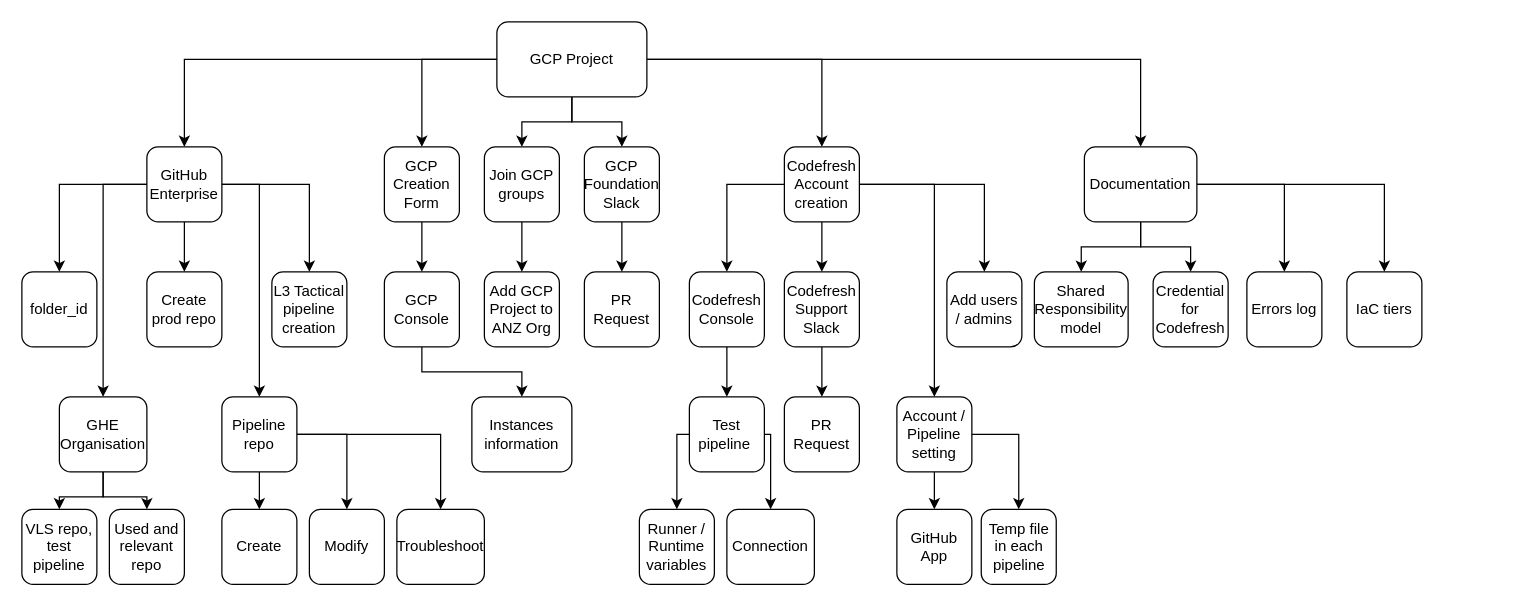
This is GCP .drawio from curiouscat-me/Dumb-Projects-for-Myself, a draw.io file, before an edit. Source tidied: cells renumbered, new cells numbered last; positions are measured from the earlier drawing's top-left corner, leaving out a move shared by most shapes. Both pictures are drawn from the tidied source at 125%, with x=0, y=0 at pixel (21, 21).
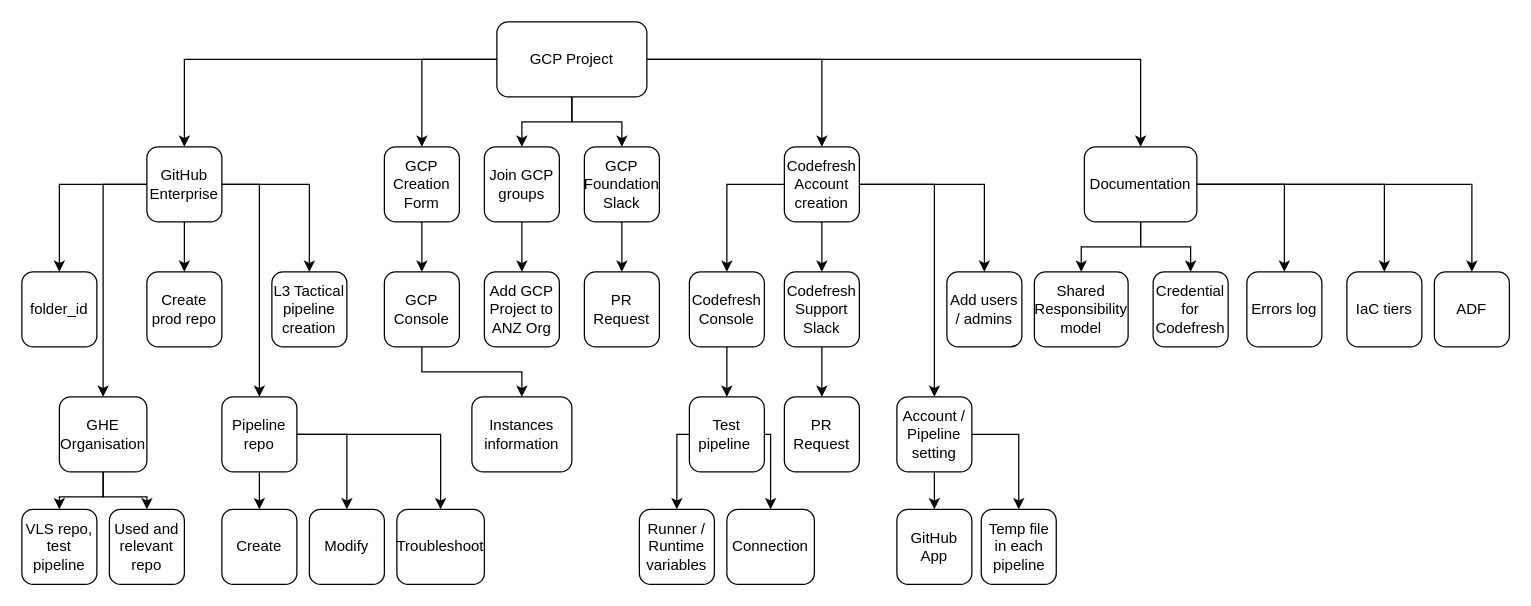
The same page after the edit.

The change refers to these unchanged cells:
```xml
<mxCell id="33" value="Documentation" style="rounded=1;whiteSpace=wrap;html=1;" parent="1" vertex="1">
  <mxGeometry x="850" y="100" width="90" height="60" as="geometry" />
</mxCell>
```

The edit, as a diff of the source:
```diff
@@
+    <mxCell id="71" style="edgeStyle=orthogonalEdgeStyle;rounded=0;jettySize=auto;html=1;entryX=0.5;entryY=0;entryDx=0;entryDy=0;" parent="1" edge="1" source="33" target="72">
+      <mxGeometry relative="1" as="geometry" />
+    </mxCell>
@@
+    <mxCell id="72" value="ADF" style="rounded=1;whiteSpace=wrap;html=1;" parent="1" vertex="1">
+      <mxGeometry x="1130" y="200" width="60" height="60" as="geometry" />
+    </mxCell>
```
